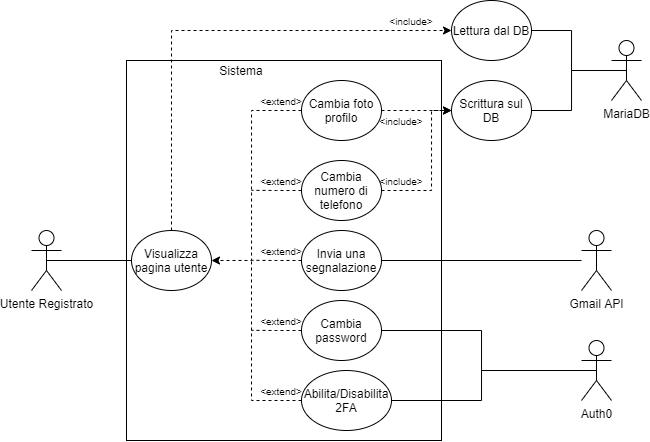
Before: UML/UCD/UCD_pagina_utente.png, a diagram exported from draw.io (G15-UniTN/iSpesa). Source tidied: cells renumbered, new cells last; positions are measured from the earlier drawing's top-left corner, leaving out a move shared by most shapes. Source of this version:
```xml
<mxGraphModel>
  <root>
    <mxCell id="0" />
    <mxCell id="1" parent="0" />
    <mxCell id="2" style="rounded=0;whiteSpace=wrap;html=1;" parent="1" vertex="1">
      <mxGeometry x="95" y="60" width="315" height="380" as="geometry" />
    </mxCell>
    <mxCell id="3" style="edgeStyle=orthogonalEdgeStyle;rounded=0;jettySize=auto;html=1;exitX=0.5;exitY=0.5;exitDx=0;exitDy=0;exitPerimeter=0;entryX=0;entryY=0.5;entryDx=0;entryDy=0;endArrow=none;endFill=0;" parent="1" edge="1" source="4" target="6">
      <mxGeometry relative="1" as="geometry" />
    </mxCell>
    <mxCell id="4" value="Utente Registrato" style="shape=umlActor;verticalLabelPosition=bottom;verticalAlign=top;html=1;outlineConnect=0;" parent="1" vertex="1">
      <mxGeometry y="230" width="30" height="60" as="geometry" />
    </mxCell>
    <mxCell id="5" style="edgeStyle=orthogonalEdgeStyle;rounded=0;jettySize=auto;html=1;exitX=0.5;exitY=0;exitDx=0;exitDy=0;entryX=0;entryY=0.5;entryDx=0;entryDy=0;startArrow=none;startFill=0;endArrow=classic;endFill=1;dashed=1;" parent="1" edge="1" source="6" target="20">
      <mxGeometry relative="1" as="geometry" />
    </mxCell>
    <mxCell id="6" value="Visualizza pagina utente" style="ellipse;whiteSpace=wrap;html=1;" parent="1" vertex="1">
      <mxGeometry x="100" y="230" width="80" height="60" as="geometry" />
    </mxCell>
    <mxCell id="7" style="edgeStyle=orthogonalEdgeStyle;rounded=0;jettySize=auto;html=1;exitX=0;exitY=0.5;exitDx=0;exitDy=0;entryX=1;entryY=0.5;entryDx=0;entryDy=0;dashed=1;startArrow=none;startFill=0;endArrow=classic;endFill=1;" parent="1" edge="1" source="9" target="6">
      <mxGeometry relative="1" as="geometry">
        <Array as="points">
          <mxPoint x="220" y="110" />
          <mxPoint x="220" y="260" />
        </Array>
      </mxGeometry>
    </mxCell>
    <mxCell id="8" style="edgeStyle=orthogonalEdgeStyle;rounded=0;jettySize=auto;html=1;exitX=1;exitY=0.5;exitDx=0;exitDy=0;entryX=0;entryY=0.5;entryDx=0;entryDy=0;dashed=1;" parent="1" edge="1" source="9" target="23">
      <mxGeometry relative="1" as="geometry" />
    </mxCell>
    <mxCell id="9" value="Cambia foto profilo" style="ellipse;whiteSpace=wrap;html=1;" parent="1" vertex="1">
      <mxGeometry x="270" y="80" width="80" height="60" as="geometry" />
    </mxCell>
    <mxCell id="10" style="edgeStyle=orthogonalEdgeStyle;rounded=0;jettySize=auto;html=1;exitX=1;exitY=0.5;exitDx=0;exitDy=0;entryX=0.5;entryY=0.5;entryDx=0;entryDy=0;entryPerimeter=0;startArrow=none;startFill=0;endArrow=none;endFill=0;" parent="1" edge="1" source="12" target="25">
      <mxGeometry relative="1" as="geometry" />
    </mxCell>
    <mxCell id="11" style="edgeStyle=orthogonalEdgeStyle;rounded=0;jettySize=auto;html=1;exitX=0;exitY=0.5;exitDx=0;exitDy=0;dashed=1;endArrow=none;endFill=0;" parent="1" edge="1" source="12">
      <mxGeometry relative="1" as="geometry">
        <mxPoint x="220" y="329.8" as="targetPoint" />
      </mxGeometry>
    </mxCell>
    <mxCell id="12" value="Cambia password" style="ellipse;whiteSpace=wrap;html=1;" parent="1" vertex="1">
      <mxGeometry x="270" y="300" width="80" height="60" as="geometry" />
    </mxCell>
    <mxCell id="13" style="edgeStyle=orthogonalEdgeStyle;rounded=0;jettySize=auto;html=1;exitX=1;exitY=0.5;exitDx=0;exitDy=0;entryX=0;entryY=0.5;entryDx=0;entryDy=0;dashed=1;" parent="1" edge="1" source="15" target="23">
      <mxGeometry relative="1" as="geometry">
        <Array as="points">
          <mxPoint x="400" y="190" />
          <mxPoint x="400" y="110" />
        </Array>
      </mxGeometry>
    </mxCell>
    <mxCell id="14" style="edgeStyle=orthogonalEdgeStyle;rounded=0;jettySize=auto;html=1;exitX=0;exitY=0.5;exitDx=0;exitDy=0;dashed=1;endArrow=none;endFill=0;" parent="1" edge="1" source="15">
      <mxGeometry relative="1" as="geometry">
        <mxPoint x="220" y="189.8" as="targetPoint" />
      </mxGeometry>
    </mxCell>
    <mxCell id="15" value="Cambia numero di telefono" style="ellipse;whiteSpace=wrap;html=1;" parent="1" vertex="1">
      <mxGeometry x="270" y="160" width="80" height="60" as="geometry" />
    </mxCell>
    <mxCell id="16" value="&lt;font style=&quot;font-size: 10px&quot;&gt;&amp;lt;extend&amp;gt;&lt;/font&gt;" style="text;html=1;strokeColor=none;fillColor=none;align=center;verticalAlign=middle;whiteSpace=wrap;rounded=0;" parent="1" vertex="1">
      <mxGeometry x="230" y="90" width="40" height="20" as="geometry" />
    </mxCell>
    <mxCell id="17" value="&lt;font style=&quot;font-size: 10px&quot;&gt;&amp;lt;extend&amp;gt;&lt;/font&gt;" style="text;html=1;strokeColor=none;fillColor=none;align=center;verticalAlign=middle;whiteSpace=wrap;rounded=0;" parent="1" vertex="1">
      <mxGeometry x="230" y="170" width="40" height="20" as="geometry" />
    </mxCell>
    <mxCell id="18" value="&lt;font style=&quot;font-size: 10px&quot;&gt;&amp;lt;extend&amp;gt;&lt;/font&gt;" style="text;html=1;strokeColor=none;fillColor=none;align=center;verticalAlign=middle;whiteSpace=wrap;rounded=0;" parent="1" vertex="1">
      <mxGeometry x="230" y="310" width="40" height="20" as="geometry" />
    </mxCell>
    <mxCell id="19" style="edgeStyle=orthogonalEdgeStyle;rounded=0;jettySize=auto;html=1;exitX=1;exitY=0.5;exitDx=0;exitDy=0;startArrow=none;startFill=0;endArrow=none;endFill=0;" parent="1" edge="1" source="20" target="26">
      <mxGeometry relative="1" as="geometry" />
    </mxCell>
    <mxCell id="20" value="Lettura dal DB" style="ellipse;whiteSpace=wrap;html=1;" parent="1" vertex="1">
      <mxGeometry x="420" width="80" height="60" as="geometry" />
    </mxCell>
    <mxCell id="21" value="&lt;font style=&quot;font-size: 10px&quot;&gt;&amp;lt;include&amp;gt;&lt;/font&gt;" style="text;html=1;strokeColor=none;fillColor=none;align=center;verticalAlign=middle;whiteSpace=wrap;rounded=0;" parent="1" vertex="1">
      <mxGeometry x="360" y="10" width="40" height="20" as="geometry" />
    </mxCell>
    <mxCell id="22" style="edgeStyle=orthogonalEdgeStyle;rounded=0;jettySize=auto;html=1;exitX=1;exitY=0.5;exitDx=0;exitDy=0;entryX=0.5;entryY=0.5;entryDx=0;entryDy=0;entryPerimeter=0;startArrow=none;startFill=0;endArrow=none;endFill=0;" parent="1" edge="1" source="23" target="26">
      <mxGeometry relative="1" as="geometry" />
    </mxCell>
    <mxCell id="23" value="Scrittura sul DB" style="ellipse;whiteSpace=wrap;html=1;" parent="1" vertex="1">
      <mxGeometry x="420" y="80" width="80" height="60" as="geometry" />
    </mxCell>
    <mxCell id="24" value="&lt;font style=&quot;font-size: 10px&quot;&gt;&amp;lt;include&amp;gt;&lt;/font&gt;" style="text;html=1;strokeColor=none;fillColor=none;align=center;verticalAlign=middle;whiteSpace=wrap;rounded=0;" parent="1" vertex="1">
      <mxGeometry x="350" y="110" width="40" height="20" as="geometry" />
    </mxCell>
    <mxCell id="25" value="Auth0" style="shape=umlActor;verticalLabelPosition=bottom;verticalAlign=top;html=1;outlineConnect=0;" parent="1" vertex="1">
      <mxGeometry x="550" y="340" width="30" height="60" as="geometry" />
    </mxCell>
    <mxCell id="26" value="MariaDB" style="shape=umlActor;verticalLabelPosition=bottom;verticalAlign=top;html=1;outlineConnect=0;" parent="1" vertex="1">
      <mxGeometry x="580" y="40" width="30" height="60" as="geometry" />
    </mxCell>
    <mxCell id="27" value="Sistema" style="text;html=1;strokeColor=none;fillColor=none;align=center;verticalAlign=middle;whiteSpace=wrap;rounded=0;" parent="1" vertex="1">
      <mxGeometry x="190" y="60" width="40" height="20" as="geometry" />
    </mxCell>
    <mxCell id="28" style="edgeStyle=orthogonalEdgeStyle;rounded=0;jettySize=auto;html=1;exitX=0;exitY=0.5;exitDx=0;exitDy=0;startArrow=none;startFill=0;endArrow=none;endFill=0;dashed=1;" parent="1" edge="1" source="30">
      <mxGeometry relative="1" as="geometry">
        <mxPoint x="220" y="260" as="targetPoint" />
      </mxGeometry>
    </mxCell>
    <mxCell id="29" style="edgeStyle=orthogonalEdgeStyle;rounded=0;jettySize=auto;html=1;exitX=1;exitY=0.5;exitDx=0;exitDy=0;entryX=0.5;entryY=0.5;entryDx=0;entryDy=0;entryPerimeter=0;endArrow=none;endFill=0;" parent="1" edge="1" source="30" target="25">
      <mxGeometry relative="1" as="geometry">
        <Array as="points">
          <mxPoint x="450" y="400" />
          <mxPoint x="450" y="370" />
        </Array>
      </mxGeometry>
    </mxCell>
    <mxCell id="30" value="Abilita/Disabilita 2FA" style="ellipse;whiteSpace=wrap;html=1;" parent="1" vertex="1">
      <mxGeometry x="270" y="370" width="90" height="60" as="geometry" />
    </mxCell>
    <mxCell id="31" value="&lt;font style=&quot;font-size: 10px&quot;&gt;&amp;lt;extend&amp;gt;&lt;/font&gt;" style="text;html=1;strokeColor=none;fillColor=none;align=center;verticalAlign=middle;whiteSpace=wrap;rounded=0;" parent="1" vertex="1">
      <mxGeometry x="230" y="380" width="40" height="20" as="geometry" />
    </mxCell>
    <mxCell id="32" style="edgeStyle=orthogonalEdgeStyle;rounded=0;jettySize=auto;html=1;exitX=1;exitY=0.5;exitDx=0;exitDy=0;endArrow=none;endFill=0;" parent="1" edge="1" source="34" target="37">
      <mxGeometry relative="1" as="geometry" />
    </mxCell>
    <mxCell id="33" style="edgeStyle=orthogonalEdgeStyle;rounded=0;jettySize=auto;html=1;exitX=0;exitY=0.5;exitDx=0;exitDy=0;endArrow=none;endFill=0;dashed=1;" parent="1" edge="1" source="34">
      <mxGeometry relative="1" as="geometry">
        <mxPoint x="220" y="259.8" as="targetPoint" />
      </mxGeometry>
    </mxCell>
    <mxCell id="34" value="Invia una segnalazione" style="ellipse;whiteSpace=wrap;html=1;" parent="1" vertex="1">
      <mxGeometry x="270" y="230" width="80" height="60" as="geometry" />
    </mxCell>
    <mxCell id="35" value="&lt;font style=&quot;font-size: 10px&quot;&gt;&amp;lt;extend&amp;gt;&lt;/font&gt;" style="text;html=1;strokeColor=none;fillColor=none;align=center;verticalAlign=middle;whiteSpace=wrap;rounded=0;" parent="1" vertex="1">
      <mxGeometry x="230" y="240" width="40" height="20" as="geometry" />
    </mxCell>
    <mxCell id="36" value="&lt;font style=&quot;font-size: 10px&quot;&gt;&amp;lt;include&amp;gt;&lt;/font&gt;" style="text;html=1;strokeColor=none;fillColor=none;align=center;verticalAlign=middle;whiteSpace=wrap;rounded=0;" parent="1" vertex="1">
      <mxGeometry x="350" y="170" width="40" height="20" as="geometry" />
    </mxCell>
    <mxCell id="37" value="Gmail API" style="shape=umlActor;verticalLabelPosition=bottom;verticalAlign=top;html=1;outlineConnect=0;" parent="1" vertex="1">
      <mxGeometry x="550" y="230" width="30" height="60" as="geometry" />
    </mxCell>
  </root>
</mxGraphModel>
```
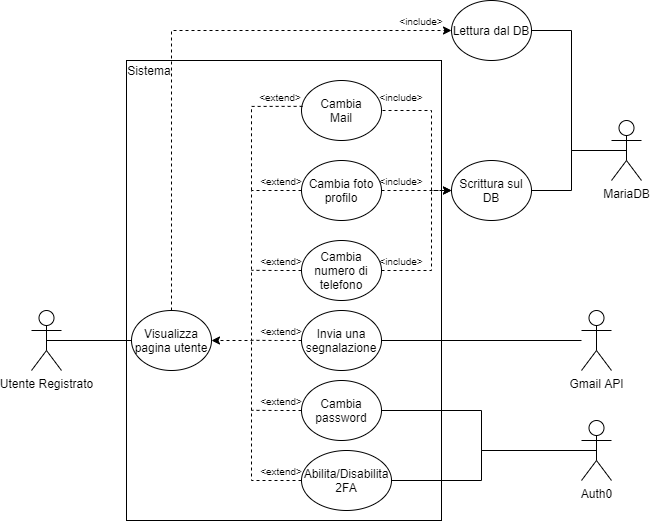
The same diagram one commit later.

The edit, as a diff of the source:
```diff
@@ -3,7 +3,7 @@
     <mxCell id="0" />
     <mxCell id="1" parent="0" />
     <mxCell id="2" style="rounded=0;whiteSpace=wrap;html=1;" parent="1" vertex="1">
-      <mxGeometry x="95" y="60" width="315" height="380" as="geometry" />
+      <mxGeometry x="95" y="-20" width="315" height="460" as="geometry" />
     </mxCell>
     <mxCell id="3" style="edgeStyle=orthogonalEdgeStyle;rounded=0;jettySize=auto;html=1;exitX=0.5;exitY=0.5;exitDx=0;exitDy=0;exitPerimeter=0;entryX=0;entryY=0.5;entryDx=0;entryDy=0;endArrow=none;endFill=0;" parent="1" edge="1" source="4" target="6">
       <mxGeometry relative="1" as="geometry" />
@@ -68,13 +68,18 @@
       <mxGeometry x="230" y="310" width="40" height="20" as="geometry" />
     </mxCell>
     <mxCell id="19" style="edgeStyle=orthogonalEdgeStyle;rounded=0;jettySize=auto;html=1;exitX=1;exitY=0.5;exitDx=0;exitDy=0;startArrow=none;startFill=0;endArrow=none;endFill=0;" parent="1" edge="1" source="20" target="26">
-      <mxGeometry relative="1" as="geometry" />
+      <mxGeometry relative="1" as="geometry">
+        <Array as="points">
+          <mxPoint x="540" y="-50" />
+          <mxPoint x="540" y="70" />
+        </Array>
+      </mxGeometry>
     </mxCell>
     <mxCell id="20" value="Lettura dal DB" style="ellipse;whiteSpace=wrap;html=1;" parent="1" vertex="1">
-      <mxGeometry x="420" width="80" height="60" as="geometry" />
+      <mxGeometry x="420" y="-80" width="80" height="60" as="geometry" />
     </mxCell>
     <mxCell id="21" value="&lt;font style=&quot;font-size: 10px&quot;&gt;&amp;lt;include&amp;gt;&lt;/font&gt;" style="text;html=1;strokeColor=none;fillColor=none;align=center;verticalAlign=middle;whiteSpace=wrap;rounded=0;" parent="1" vertex="1">
-      <mxGeometry x="360" y="10" width="40" height="20" as="geometry" />
+      <mxGeometry x="370" y="-70" width="40" height="20" as="geometry" />
     </mxCell>
     <mxCell id="22" style="edgeStyle=orthogonalEdgeStyle;rounded=0;jettySize=auto;html=1;exitX=1;exitY=0.5;exitDx=0;exitDy=0;entryX=0.5;entryY=0.5;entryDx=0;entryDy=0;entryPerimeter=0;startArrow=none;startFill=0;endArrow=none;endFill=0;" parent="1" edge="1" source="23" target="26">
       <mxGeometry relative="1" as="geometry" />
@@ -83,7 +88,7 @@
       <mxGeometry x="420" y="80" width="80" height="60" as="geometry" />
     </mxCell>
     <mxCell id="24" value="&lt;font style=&quot;font-size: 10px&quot;&gt;&amp;lt;include&amp;gt;&lt;/font&gt;" style="text;html=1;strokeColor=none;fillColor=none;align=center;verticalAlign=middle;whiteSpace=wrap;rounded=0;" parent="1" vertex="1">
-      <mxGeometry x="350" y="110" width="40" height="20" as="geometry" />
+      <mxGeometry x="350" y="90" width="40" height="20" as="geometry" />
     </mxCell>
     <mxCell id="25" value="Auth0" style="shape=umlActor;verticalLabelPosition=bottom;verticalAlign=top;html=1;outlineConnect=0;" parent="1" vertex="1">
       <mxGeometry x="550" y="340" width="30" height="60" as="geometry" />
@@ -92,7 +97,7 @@
       <mxGeometry x="580" y="40" width="30" height="60" as="geometry" />
     </mxCell>
     <mxCell id="27" value="Sistema" style="text;html=1;strokeColor=none;fillColor=none;align=center;verticalAlign=middle;whiteSpace=wrap;rounded=0;" parent="1" vertex="1">
-      <mxGeometry x="190" y="60" width="40" height="20" as="geometry" />
+      <mxGeometry x="98" y="-20" width="40" height="20" as="geometry" />
     </mxCell>
     <mxCell id="28" style="edgeStyle=orthogonalEdgeStyle;rounded=0;jettySize=auto;html=1;exitX=0;exitY=0.5;exitDx=0;exitDy=0;startArrow=none;startFill=0;endArrow=none;endFill=0;dashed=1;" parent="1" edge="1" source="30">
       <mxGeometry relative="1" as="geometry">
@@ -133,5 +138,30 @@
     <mxCell id="37" value="Gmail API" style="shape=umlActor;verticalLabelPosition=bottom;verticalAlign=top;html=1;outlineConnect=0;" parent="1" vertex="1">
       <mxGeometry x="550" y="230" width="30" height="60" as="geometry" />
     </mxCell>
+    <mxCell id="38" value="Cambia&lt;br&gt;Mail" style="ellipse;whiteSpace=wrap;html=1;" parent="1" vertex="1">
+      <mxGeometry x="270" width="80" height="60" as="geometry" />
+    </mxCell>
+    <mxCell id="39" style="edgeStyle=orthogonalEdgeStyle;rounded=0;jettySize=auto;html=1;exitX=0.014;exitY=0.431;exitDx=0;exitDy=0;dashed=1;startArrow=none;startFill=0;endArrow=none;endFill=0;exitPerimeter=0;" parent="1" edge="1" source="38">
+      <mxGeometry relative="1" as="geometry">
+        <mxPoint x="220" y="110" as="targetPoint" />
+        <Array as="points">
+          <mxPoint x="220" y="26" />
+        </Array>
+      </mxGeometry>
+    </mxCell>
+    <mxCell id="40" value="&lt;font style=&quot;font-size: 10px&quot;&gt;&amp;lt;extend&amp;gt;&lt;/font&gt;" style="text;html=1;strokeColor=none;fillColor=none;align=center;verticalAlign=middle;whiteSpace=wrap;rounded=0;" parent="1" vertex="1">
+      <mxGeometry x="229" y="6" width="40" height="20" as="geometry" />
+    </mxCell>
+    <mxCell id="41" style="edgeStyle=orthogonalEdgeStyle;rounded=0;jettySize=auto;html=1;entryX=1;entryY=0.5;entryDx=0;entryDy=0;dashed=1;endArrow=none;endFill=0;" parent="1" edge="1" target="38">
+      <mxGeometry relative="1" as="geometry">
+        <mxPoint x="400" y="110" as="sourcePoint" />
+        <Array as="points">
+          <mxPoint x="400" y="30" />
+        </Array>
+      </mxGeometry>
+    </mxCell>
+    <mxCell id="42" value="&lt;font style=&quot;font-size: 10px&quot;&gt;&amp;lt;include&amp;gt;&lt;/font&gt;" style="text;html=1;strokeColor=none;fillColor=none;align=center;verticalAlign=middle;whiteSpace=wrap;rounded=0;" parent="1" vertex="1">
+      <mxGeometry x="350" y="6" width="40" height="20" as="geometry" />
+    </mxCell>
   </root>
 </mxGraphModel>
```
